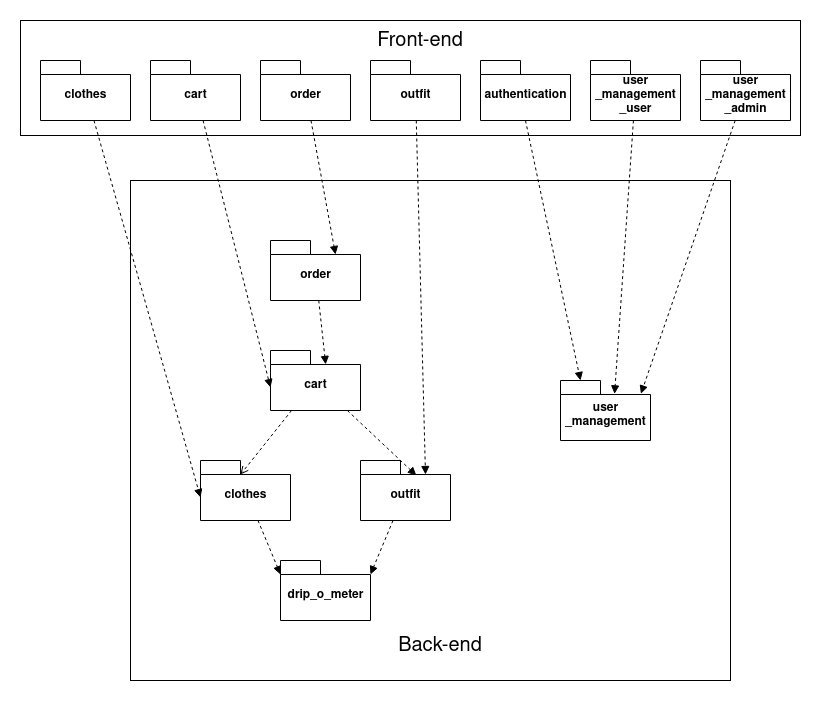
Above: specification/diagrams/package.png in gyarmati21/Drip-Shop (draw.io), before the change. Source tidied: cells renumbered, new cells last; positions are measured from the earlier drawing's top-left corner, leaving out a move shared by most shapes.
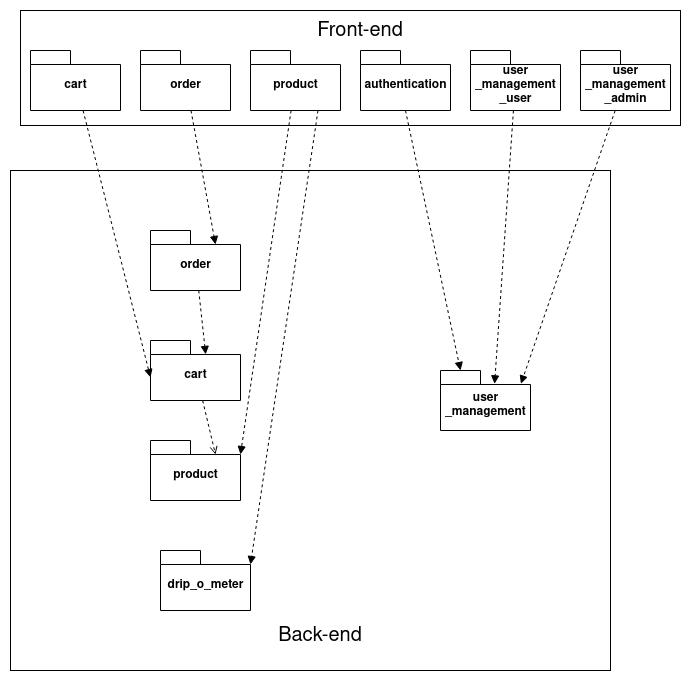
Later version of the same file.

Commit message:
Replace clothes and outfits with products

The edit, as a diff of the source:
```diff
@@ -3,7 +3,7 @@
     <mxCell id="0" />
     <mxCell id="1" parent="0" />
     <mxCell id="2" value="Front-end" style="shape=Package;align=left;spacingLeft=20;align=center;verticalAlign=top;fontSize=20;gradientColor=none;fillColor=default;" parent="1" vertex="1">
-      <mxGeometry width="780" height="115" as="geometry" />
+      <mxGeometry x="120" width="660" height="115" as="geometry" />
     </mxCell>
     <mxCell id="3" value="Back-end&#10;" style="shape=package;align=left;spacingLeft=20;align=center;verticalAlign=bottom;fontSize=20;" parent="1" vertex="1">
       <mxGeometry x="110" y="160" width="600" height="500" as="geometry" />
@@ -11,12 +11,9 @@
     <mxCell id="4" value="&lt;div&gt;user&lt;/div&gt;&lt;div&gt;_management&lt;/div&gt;" style="shape=folder;fontStyle=1;spacingTop=10;tabWidth=40;tabHeight=14;tabPosition=left;html=1;" parent="1" vertex="1">
       <mxGeometry x="540" y="360" width="90" height="60" as="geometry" />
     </mxCell>
-    <mxCell id="5" style="edgeStyle=none;rounded=0;jettySize=auto;html=1;entryX=0;entryY=0;entryDx=40;entryDy=14;entryPerimeter=0;dashed=1;startArrow=none;startFill=0;endArrow=open;endFill=0;" parent="1" edge="1" source="7" target="14">
+    <mxCell id="5" style="edgeStyle=none;rounded=0;jettySize=auto;html=1;dashed=1;startArrow=none;startFill=0;endArrow=open;endFill=0;entryX=0;entryY=0;entryDx=65;entryDy=14;entryPerimeter=0;" parent="1" edge="1" source="7" target="29">
       <mxGeometry relative="1" as="geometry" />
     </mxCell>
-    <mxCell id="6" style="edgeStyle=none;rounded=0;jettySize=auto;html=1;entryX=0.62;entryY=0.248;entryDx=0;entryDy=0;entryPerimeter=0;dashed=1;startArrow=none;startFill=0;endArrow=block;endFill=1;" parent="1" edge="1" source="7" target="12">
-      <mxGeometry relative="1" as="geometry" />
-    </mxCell>
     <mxCell id="7" value="cart" style="shape=folder;fontStyle=1;spacingTop=10;tabWidth=40;tabHeight=14;tabPosition=left;html=1;" parent="1" vertex="1">
       <mxGeometry x="250" y="330" width="90" height="60" as="geometry" />
     </mxCell>
@@ -29,27 +26,12 @@
     <mxCell id="10" value="order" style="shape=folder;fontStyle=1;spacingTop=10;tabWidth=40;tabHeight=14;tabPosition=left;html=1;" parent="1" vertex="1">
       <mxGeometry x="250" y="220" width="90" height="60" as="geometry" />
     </mxCell>
-    <mxCell id="11" style="edgeStyle=none;rounded=0;jettySize=auto;html=1;entryX=0;entryY=0;entryDx=90;entryDy=14;entryPerimeter=0;startArrow=none;startFill=0;dashed=1;endArrow=block;endFill=1;" parent="1" edge="1" source="12" target="8">
+    <mxCell id="11" style="edgeStyle=none;rounded=0;jettySize=auto;html=1;entryX=0;entryY=0;entryDx=90;entryDy=14;entryPerimeter=0;startArrow=none;startFill=0;dashed=1;endArrow=block;endFill=1;exitX=0.75;exitY=1;exitDx=0;exitDy=0;exitPerimeter=0;" parent="1" edge="1" source="23" target="8">
       <mxGeometry relative="1" as="geometry" />
     </mxCell>
-    <mxCell id="12" value="outfit" style="shape=folder;fontStyle=1;spacingTop=10;tabWidth=40;tabHeight=14;tabPosition=left;html=1;" parent="1" vertex="1">
-      <mxGeometry x="340" y="440" width="90" height="60" as="geometry" />
-    </mxCell>
-    <mxCell id="13" style="rounded=0;jettySize=auto;html=1;entryX=0;entryY=0;entryDx=0;entryDy=14;entryPerimeter=0;endArrow=block;endFill=1;dashed=1;" parent="1" edge="1" source="14" target="8">
-      <mxGeometry relative="1" as="geometry" />
-    </mxCell>
-    <mxCell id="14" value="clothes" style="shape=folder;fontStyle=1;spacingTop=10;tabWidth=40;tabHeight=14;tabPosition=left;html=1;" parent="1" vertex="1">
-      <mxGeometry x="180" y="440" width="90" height="60" as="geometry" />
-    </mxCell>
     <mxCell id="15" style="edgeStyle=none;rounded=0;jettySize=auto;html=1;entryX=0;entryY=0;entryDx=20;entryDy=0;dashed=1;fontSize=20;startArrow=none;startFill=0;endArrow=block;endFill=1;exitX=0.5;exitY=1;exitDx=0;exitDy=0;exitPerimeter=0;entryPerimeter=0;" parent="1" edge="1" source="26" target="4">
       <mxGeometry relative="1" as="geometry" />
     </mxCell>
-    <mxCell id="16" style="edgeStyle=none;rounded=0;jettySize=auto;html=1;entryX=0;entryY=0;entryDx=0;entryDy=37;entryPerimeter=0;dashed=1;fontSize=14;startArrow=none;startFill=0;endArrow=block;endFill=1;" parent="1" edge="1" source="17" target="14">
-      <mxGeometry relative="1" as="geometry" />
-    </mxCell>
-    <mxCell id="17" value="clothes" style="shape=folder;fontStyle=1;spacingTop=10;tabWidth=40;tabHeight=14;tabPosition=left;html=1;" parent="1" vertex="1">
-      <mxGeometry x="20" y="40" width="90" height="60" as="geometry" />
-    </mxCell>
     <mxCell id="18" style="edgeStyle=none;rounded=0;jettySize=auto;html=1;entryX=0;entryY=0;entryDx=0;entryDy=37;entryPerimeter=0;dashed=1;fontSize=11;startArrow=none;startFill=0;endArrow=block;endFill=1;" parent="1" edge="1" source="19" target="7">
       <mxGeometry relative="1" as="geometry" />
     </mxCell>
@@ -62,10 +44,10 @@
     <mxCell id="21" value="&lt;div&gt;user&lt;/div&gt;&lt;div&gt;_management&lt;/div&gt;&lt;div&gt;_admin&lt;/div&gt;" style="shape=folder;fontStyle=1;spacingTop=10;tabWidth=40;tabHeight=14;tabPosition=left;html=1;" parent="1" vertex="1">
       <mxGeometry x="680" y="40" width="90" height="60" as="geometry" />
     </mxCell>
-    <mxCell id="22" style="edgeStyle=none;rounded=0;jettySize=auto;html=1;entryX=0;entryY=0;entryDx=65;entryDy=14;entryPerimeter=0;dashed=1;fontSize=14;startArrow=none;startFill=0;endArrow=block;endFill=1;" parent="1" edge="1" source="23" target="12">
+    <mxCell id="22" style="edgeStyle=none;rounded=0;jettySize=auto;html=1;entryX=0;entryY=0;entryDx=90;entryDy=14;entryPerimeter=0;dashed=1;fontSize=14;startArrow=none;startFill=0;endArrow=block;endFill=1;" parent="1" edge="1" source="23" target="29">
       <mxGeometry relative="1" as="geometry" />
     </mxCell>
-    <mxCell id="23" value="outfit" style="shape=folder;fontStyle=1;spacingTop=10;tabWidth=40;tabHeight=14;tabPosition=left;html=1;" parent="1" vertex="1">
+    <mxCell id="23" value="product" style="shape=folder;fontStyle=1;spacingTop=10;tabWidth=40;tabHeight=14;tabPosition=left;html=1;" parent="1" vertex="1">
       <mxGeometry x="350" y="40" width="90" height="60" as="geometry" />
     </mxCell>
     <mxCell id="24" style="edgeStyle=none;rounded=0;jettySize=auto;html=1;entryX=0.601;entryY=0.223;entryDx=0;entryDy=0;entryPerimeter=0;dashed=1;fontSize=14;startArrow=none;startFill=0;endArrow=block;endFill=1;" parent="1" edge="1" source="25" target="4">
@@ -83,5 +65,8 @@
     <mxCell id="28" value="&lt;div&gt;order&lt;/div&gt;" style="shape=folder;fontStyle=1;spacingTop=10;tabWidth=40;tabHeight=14;tabPosition=left;html=1;" parent="1" vertex="1">
       <mxGeometry x="240" y="40" width="90" height="60" as="geometry" />
     </mxCell>
+    <mxCell id="29" value="product" style="shape=folder;fontStyle=1;spacingTop=10;tabWidth=40;tabHeight=14;tabPosition=left;html=1;" parent="1" vertex="1">
+      <mxGeometry x="250" y="430" width="90" height="60" as="geometry" />
+    </mxCell>
   </root>
 </mxGraphModel>
```
